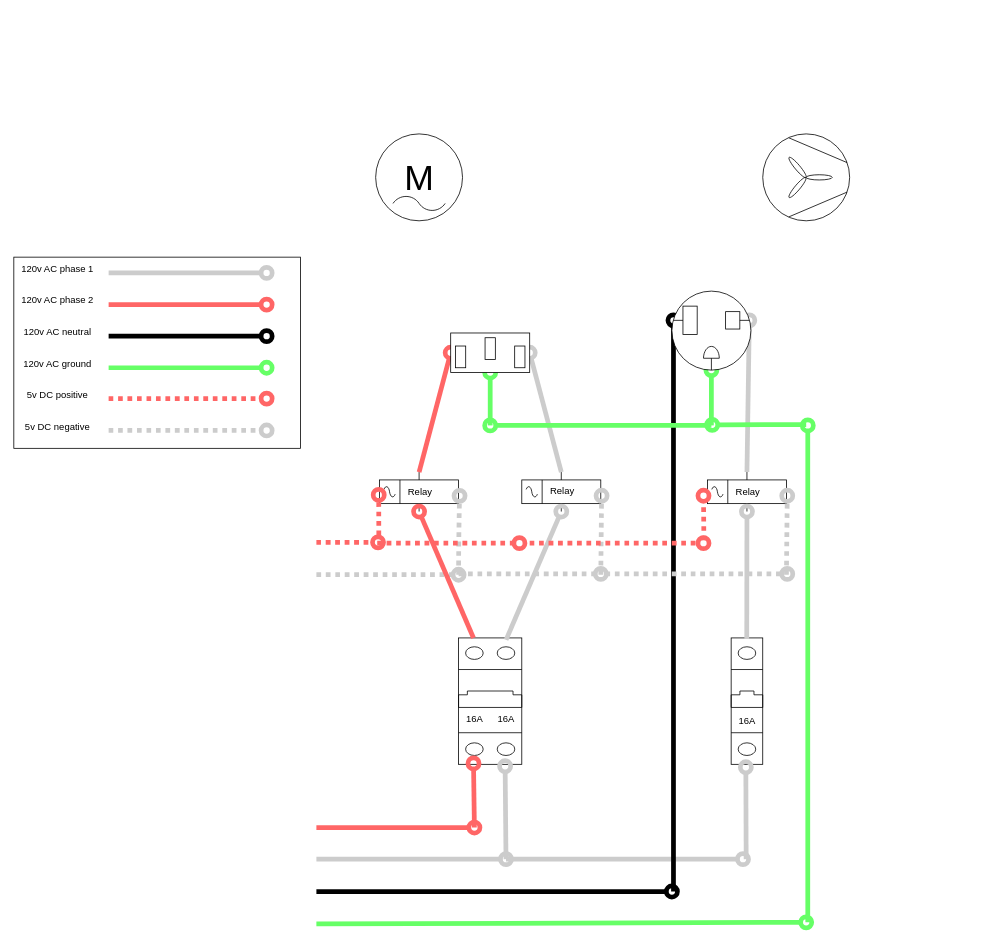
Above: white-board.drawio in sjfcodes/draw-io (draw.io), before the change. Source tidied: cells renumbered, new cells numbered last; positions are measured from the earlier drawing's top-left corner, leaving out a move shared by most shapes. Both pictures are drawn from the tidied source at 79%, with x=0, y=0 at pixel (13, 134).
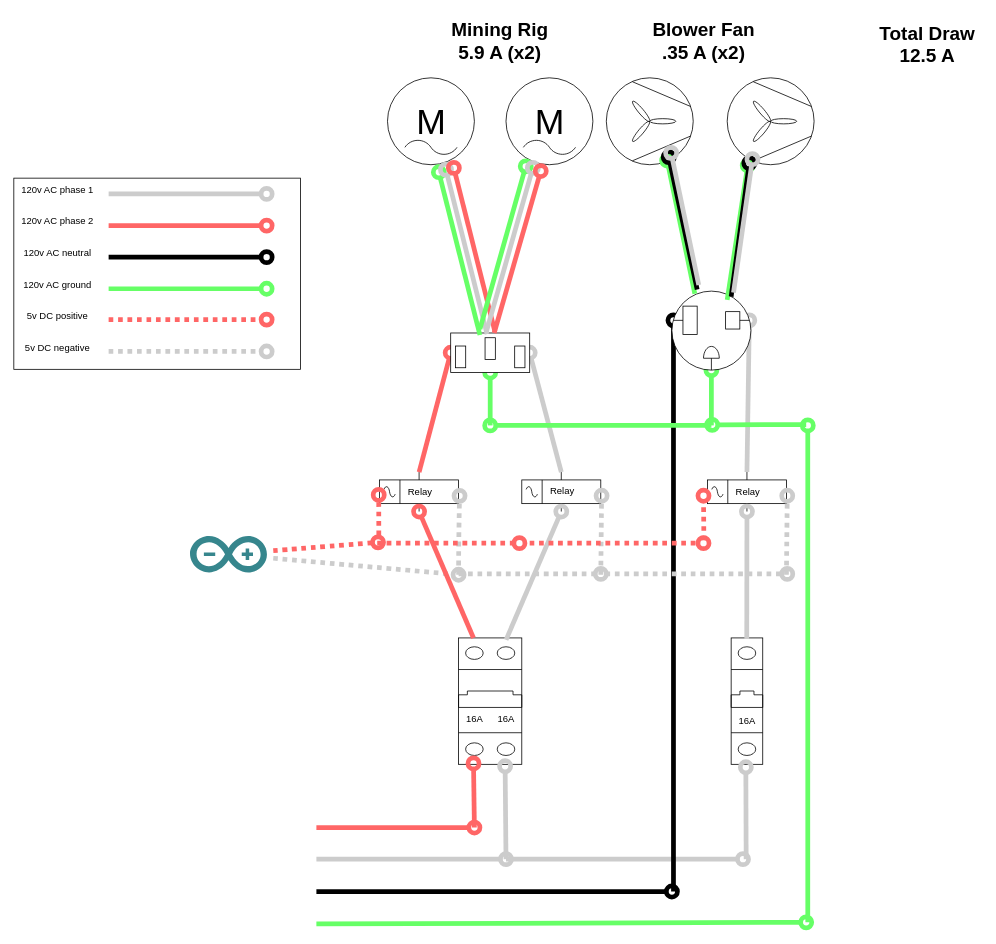
Above is the later version.

Change to the diagram source:
```diff
@@
     <mxCell id="2" style="rounded=0;whiteSpace=wrap;html=1;" parent="1" vertex="1">
-      <mxGeometry y="156" width="363" height="242" as="geometry" />
+      <mxGeometry y="56" width="363" height="242" as="geometry" />
     </mxCell>
     <mxCell id="3" style="edgeStyle=none;orthogonalLoop=1;jettySize=auto;html=1;rounded=0;endArrow=oval;startSize=14;endSize=14;sourcePerimeterSpacing=8;targetPerimeterSpacing=8;curved=1;strokeWidth=6;endFill=0;strokeColor=#000000;fillColor=#f5f5f5;" parent="1" edge="1">
       <mxGeometry relative="1" as="geometry">
-        <mxPoint x="120" y="256" as="sourcePoint" />
-        <mxPoint x="320" y="256" as="targetPoint" />
+        <mxPoint x="120" y="156" as="sourcePoint" />
+        <mxPoint x="320" y="156" as="targetPoint" />
       </mxGeometry>
     </mxCell>
     <mxCell id="4" style="edgeStyle=none;orthogonalLoop=1;jettySize=auto;html=1;rounded=0;endArrow=oval;startSize=14;endSize=14;sourcePerimeterSpacing=8;targetPerimeterSpacing=8;curved=1;strokeWidth=6;endFill=0;strokeColor=#FF6666;fillColor=#f5f5f5;" parent="1" edge="1">
       <mxGeometry relative="1" as="geometry">
-        <mxPoint x="120" y="216" as="sourcePoint" />
-        <mxPoint x="320" y="216" as="targetPoint" />
+        <mxPoint x="120" y="116" as="sourcePoint" />
+        <mxPoint x="320" y="116" as="targetPoint" />
       </mxGeometry>
     </mxCell>
     <mxCell id="5" style="edgeStyle=none;orthogonalLoop=1;jettySize=auto;html=1;rounded=0;endArrow=oval;startSize=14;endSize=14;sourcePerimeterSpacing=8;targetPerimeterSpacing=8;curved=1;strokeWidth=6;endFill=0;strokeColor=#66FF66;fillColor=#f5f5f5;" parent="1" edge="1">
       <mxGeometry relative="1" as="geometry">
-        <mxPoint x="120" y="296" as="sourcePoint" />
-        <mxPoint x="320" y="296" as="targetPoint" />
+        <mxPoint x="120" y="196" as="sourcePoint" />
+        <mxPoint x="320" y="196" as="targetPoint" />
       </mxGeometry>
     </mxCell>
@@
     <mxCell id="9" style="edgeStyle=none;orthogonalLoop=1;jettySize=auto;html=1;rounded=0;endArrow=oval;startSize=14;endSize=14;sourcePerimeterSpacing=8;targetPerimeterSpacing=8;curved=1;strokeWidth=6;endFill=0;fillColor=none;strokeColor=#CCCCCC;shadow=0;" parent="1" edge="1">
       <mxGeometry relative="1" as="geometry">
-        <mxPoint x="120" y="176" as="sourcePoint" />
-        <mxPoint x="320" y="176" as="targetPoint" />
+        <mxPoint x="120" y="76" as="sourcePoint" />
+        <mxPoint x="320" y="76" as="targetPoint" />
       </mxGeometry>
     </mxCell>
@@
     <mxCell id="16" style="verticalLabelPosition=bottom;align=center;dashed=0;html=1;verticalAlign=top;shape=mxgraph.pid2misc.fan;fanType=common;" parent="1" vertex="1">
-      <mxGeometry x="948" width="110" height="110" as="geometry" />
+      <mxGeometry x="750" y="-71" width="110" height="110" as="geometry" />
     </mxCell>
     <mxCell id="17" style="edgeStyle=none;orthogonalLoop=1;jettySize=auto;html=1;rounded=0;endArrow=oval;startSize=14;endSize=14;sourcePerimeterSpacing=8;targetPerimeterSpacing=8;curved=1;strokeWidth=6;endFill=0;strokeColor=#FF6666;fillColor=#f5f5f5;dashed=1;dashPattern=1 1;" parent="1" edge="1">
       <mxGeometry relative="1" as="geometry">
-        <mxPoint x="120" y="335" as="sourcePoint" />
-        <mxPoint x="320" y="335" as="targetPoint" />
+        <mxPoint x="120" y="235" as="sourcePoint" />
+        <mxPoint x="320" y="235" as="targetPoint" />
       </mxGeometry>
     </mxCell>
-    <mxCell id="18" style="edgeStyle=none;orthogonalLoop=1;jettySize=auto;html=1;rounded=0;endArrow=oval;startSize=14;endSize=14;sourcePerimeterSpacing=8;targetPerimeterSpacing=8;curved=1;strokeWidth=6;endFill=0;strokeColor=#CCCCCC;fillColor=#f5f5f5;dashed=1;dashPattern=1 1;" parent="1" edge="1">
+    <mxCell id="18" style="edgeStyle=none;jettySize=auto;html=1;rounded=0;endArrow=oval;startSize=14;endSize=14;sourcePerimeterSpacing=8;targetPerimeterSpacing=8;curved=1;strokeWidth=6;endFill=0;strokeColor=#CCCCCC;fillColor=#f5f5f5;dashed=1;dashPattern=1 1;" parent="1" edge="1" source="82">
       <mxGeometry relative="1" as="geometry">
-        <mxPoint x="383" y="558" as="sourcePoint" />
         <mxPoint x="563" y="558" as="targetPoint" />
       </mxGeometry>
     </mxCell>
     <mxCell id="19" value="120v AC phase 1" style="text;html=1;align=center;verticalAlign=middle;strokeColor=none;fillColor=none;" parent="1" vertex="1">
-      <mxGeometry y="156" width="110" height="30" as="geometry" />
+      <mxGeometry y="56" width="110" height="30" as="geometry" />
     </mxCell>
     <mxCell id="20" value="120v AC phase 2" style="text;html=1;align=center;verticalAlign=middle;strokeColor=none;fillColor=none;" parent="1" vertex="1">
-      <mxGeometry y="196" width="110" height="30" as="geometry" />
+      <mxGeometry y="96" width="110" height="30" as="geometry" />
     </mxCell>
     <mxCell id="21" value="120v AC neutral" style="text;html=1;align=center;verticalAlign=middle;strokeColor=none;fillColor=none;" parent="1" vertex="1">
-      <mxGeometry y="236" width="110" height="30" as="geometry" />
+      <mxGeometry y="136" width="110" height="30" as="geometry" />
     </mxCell>
     <mxCell id="22" value="120v AC ground" style="text;html=1;align=center;verticalAlign=middle;strokeColor=none;fillColor=none;" parent="1" vertex="1">
-      <mxGeometry y="276" width="110" height="30" as="geometry" />
+      <mxGeometry y="176" width="110" height="30" as="geometry" />
     </mxCell>
     <mxCell id="23" value="5v DC positive" style="text;html=1;align=center;verticalAlign=middle;strokeColor=none;fillColor=none;" parent="1" vertex="1">
-      <mxGeometry x="5" y="316" width="100" height="30" as="geometry" />
+      <mxGeometry x="5" y="216" width="100" height="30" as="geometry" />
     </mxCell>
     <mxCell id="24" value="5v DC negative" style="text;html=1;align=center;verticalAlign=middle;strokeColor=none;fillColor=none;" parent="1" vertex="1">
-      <mxGeometry y="356" width="110" height="30" as="geometry" />
+      <mxGeometry y="256" width="110" height="30" as="geometry" />
     </mxCell>
@@
-    <mxCell id="33" style="edgeStyle=none;orthogonalLoop=1;jettySize=auto;html=1;rounded=0;endArrow=oval;startSize=14;endSize=14;sourcePerimeterSpacing=8;targetPerimeterSpacing=8;curved=1;strokeWidth=6;endFill=0;strokeColor=#FF6666;fillColor=#f5f5f5;dashed=1;dashPattern=1 1;" parent="1" edge="1">
+    <mxCell id="33" style="edgeStyle=none;jettySize=auto;html=1;rounded=0;endArrow=oval;startSize=14;endSize=14;sourcePerimeterSpacing=8;targetPerimeterSpacing=8;curved=1;strokeWidth=6;endFill=0;strokeColor=#FF6666;fillColor=#f5f5f5;dashed=1;dashPattern=1 1;" parent="1" edge="1" source="82">
       <mxGeometry relative="1" as="geometry">
-        <mxPoint x="383" y="517" as="sourcePoint" />
         <mxPoint x="461" y="517" as="targetPoint" />
       </mxGeometry>
     </mxCell>
     <mxCell id="34" style="edgeStyle=none;orthogonalLoop=1;jettySize=auto;html=1;rounded=0;endArrow=oval;startSize=14;endSize=14;sourcePerimeterSpacing=8;targetPerimeterSpacing=8;curved=1;strokeWidth=6;endFill=0;strokeColor=#CCCCCC;fillColor=#f5f5f5;dashed=1;dashPattern=1 1;" parent="1" edge="1">
       <mxGeometry relative="1" as="geometry">
-        <mxPoint x="120" y="375.4" as="sourcePoint" />
-        <mxPoint x="320" y="375.4" as="targetPoint" />
+        <mxPoint x="120" y="275.4" as="sourcePoint" />
+        <mxPoint x="320" y="275.4" as="targetPoint" />
       </mxGeometry>
     </mxCell>
@@
     <mxCell id="60" value="M" style="dashed=0;align=center;html=1;shape=mxgraph.pid.engines.electric_motor_(ac);fontSize=45;" parent="1" vertex="1">
-      <mxGeometry x="458" width="110" height="110" as="geometry" />
+      <mxGeometry x="473" y="-71" width="110" height="110" as="geometry" />
     </mxCell>
+    <mxCell id="61" value="M" style="dashed=0;align=center;html=1;shape=mxgraph.pid.engines.electric_motor_(ac);fontSize=45;" parent="1" vertex="1">
+      <mxGeometry x="623" y="-71" width="110" height="110" as="geometry" />
+    </mxCell>
+    <mxCell id="62" style="verticalLabelPosition=bottom;align=center;dashed=0;html=1;verticalAlign=top;shape=mxgraph.pid2misc.fan;fanType=common;" parent="1" vertex="1">
+      <mxGeometry x="903" y="-71" width="110" height="110" as="geometry" />
+    </mxCell>
+    <mxCell id="63" style="group;rotation=-120;" parent="1" vertex="1">
+      <mxGeometry x="863" y="129" width="49" height="25.8" as="geometry" />
+    </mxCell>
+    <mxCell id="64" style="edgeStyle=none;orthogonalLoop=1;jettySize=auto;html=1;rounded=0;endArrow=oval;startSize=14;endSize=14;sourcePerimeterSpacing=8;targetPerimeterSpacing=8;curved=1;strokeWidth=6;endFill=0;strokeColor=#66FF66;fillColor=#f5f5f5;" parent="63" edge="1">
+      <mxGeometry relative="1" as="geometry">
+        <mxPoint x="-1" y="73.3" as="sourcePoint" />
+        <mxPoint x="-36" y="-95.3" as="targetPoint" />
+      </mxGeometry>
+    </mxCell>
+    <mxCell id="65" style="edgeStyle=none;orthogonalLoop=1;jettySize=auto;html=1;rounded=0;endArrow=oval;startSize=14;endSize=14;sourcePerimeterSpacing=8;targetPerimeterSpacing=8;curved=1;strokeWidth=6;endFill=0;strokeColor=#000000;fillColor=#f5f5f5;" parent="63" edge="1">
+      <mxGeometry relative="1" as="geometry">
+        <mxPoint x="2" y="67.8" as="sourcePoint" />
+        <mxPoint x="-34" y="-99.5" as="targetPoint" />
+      </mxGeometry>
+    </mxCell>
+    <mxCell id="66" style="edgeStyle=none;orthogonalLoop=1;jettySize=auto;html=1;rounded=0;endArrow=oval;startSize=14;endSize=14;sourcePerimeterSpacing=8;targetPerimeterSpacing=8;curved=1;strokeWidth=6;endFill=0;fillColor=none;strokeColor=#CCCCCC;shadow=0;" parent="63" edge="1">
+      <mxGeometry relative="1" as="geometry">
+        <mxPoint x="4" y="62.2" as="sourcePoint" />
+        <mxPoint x="-31" y="-105" as="targetPoint" />
+      </mxGeometry>
+    </mxCell>
+    <mxCell id="67" style="group;rotation=-100;" parent="1" vertex="1">
+      <mxGeometry x="923" y="149" width="49" height="25.8" as="geometry" />
+    </mxCell>
+    <mxCell id="68" style="edgeStyle=none;orthogonalLoop=1;jettySize=auto;html=1;rounded=0;endArrow=oval;startSize=14;endSize=14;sourcePerimeterSpacing=8;targetPerimeterSpacing=8;curved=1;strokeWidth=6;endFill=0;strokeColor=#66FF66;fillColor=#f5f5f5;" parent="67" edge="1">
+      <mxGeometry relative="1" as="geometry">
+        <mxPoint x="-20" y="61" as="sourcePoint" />
+        <mxPoint x="6" y="-109" as="targetPoint" />
+      </mxGeometry>
+    </mxCell>
+    <mxCell id="69" style="edgeStyle=none;orthogonalLoop=1;jettySize=auto;html=1;rounded=0;endArrow=oval;startSize=14;endSize=14;sourcePerimeterSpacing=8;targetPerimeterSpacing=8;curved=1;strokeWidth=6;endFill=0;strokeColor=#000000;fillColor=#f5f5f5;" parent="67" edge="1">
+      <mxGeometry relative="1" as="geometry">
+        <mxPoint x="-15" y="57" as="sourcePoint" />
+        <mxPoint x="8" y="-112" as="targetPoint" />
+      </mxGeometry>
+    </mxCell>
+    <mxCell id="70" style="edgeStyle=none;orthogonalLoop=1;jettySize=auto;html=1;rounded=0;endArrow=oval;startSize=14;endSize=14;sourcePerimeterSpacing=8;targetPerimeterSpacing=8;curved=1;strokeWidth=6;endFill=0;fillColor=none;strokeColor=#CCCCCC;shadow=0;" parent="67" edge="1">
+      <mxGeometry relative="1" as="geometry">
+        <mxPoint x="-12" y="52" as="sourcePoint" />
+        <mxPoint x="12" y="-117" as="targetPoint" />
+      </mxGeometry>
+    </mxCell>
+    <mxCell id="71" style="group;rotation=-105;" parent="1" vertex="1">
+      <mxGeometry x="473" y="136" width="200" height="20.4" as="geometry" />
+    </mxCell>
+    <mxCell id="72" style="edgeStyle=none;orthogonalLoop=1;jettySize=auto;html=1;rounded=0;endArrow=oval;startSize=14;endSize=14;sourcePerimeterSpacing=8;targetPerimeterSpacing=8;curved=1;strokeWidth=6;endFill=0;strokeColor=#66FF66;fillColor=#f5f5f5;" parent="71" edge="1">
+      <mxGeometry relative="1" as="geometry">
+        <mxPoint x="117" y="118.5" as="sourcePoint" />
+        <mxPoint x="65" y="-87.5" as="targetPoint" />
+      </mxGeometry>
+    </mxCell>
+    <mxCell id="73" style="edgeStyle=none;orthogonalLoop=1;jettySize=auto;html=1;rounded=0;endArrow=oval;startSize=14;endSize=14;sourcePerimeterSpacing=8;targetPerimeterSpacing=8;curved=1;strokeWidth=6;endFill=0;fillColor=none;strokeColor=#CCCCCC;shadow=0;" parent="71" edge="1">
+      <mxGeometry relative="1" as="geometry">
+        <mxPoint x="126" y="117.4" as="sourcePoint" />
+        <mxPoint x="74" y="-90.7" as="targetPoint" />
+      </mxGeometry>
+    </mxCell>
+    <mxCell id="74" style="edgeStyle=none;orthogonalLoop=1;jettySize=auto;html=1;rounded=0;endArrow=oval;startSize=14;endSize=14;sourcePerimeterSpacing=8;targetPerimeterSpacing=8;curved=1;strokeWidth=6;endFill=0;strokeColor=#FF6666;fillColor=#f5f5f5;" parent="71" edge="1">
+      <mxGeometry relative="1" as="geometry">
+        <mxPoint x="136" y="114.2" as="sourcePoint" />
+        <mxPoint x="84" y="-92.9" as="targetPoint" />
+      </mxGeometry>
+    </mxCell>
+    <mxCell id="75" style="group;rotation=-75;" parent="1" vertex="1">
+      <mxGeometry x="529" y="134" width="200" height="20.4" as="geometry" />
+    </mxCell>
+    <mxCell id="76" style="edgeStyle=none;orthogonalLoop=1;jettySize=auto;html=1;rounded=0;endArrow=oval;startSize=14;endSize=14;sourcePerimeterSpacing=8;targetPerimeterSpacing=8;curved=1;strokeWidth=6;endFill=0;strokeColor=#66FF66;fillColor=#f5f5f5;" parent="75" edge="1">
+      <mxGeometry relative="1" as="geometry">
+        <mxPoint x="61" y="113" as="sourcePoint" />
+        <mxPoint x="119" y="-93" as="targetPoint" />
+      </mxGeometry>
+    </mxCell>
+    <mxCell id="77" style="edgeStyle=none;orthogonalLoop=1;jettySize=auto;html=1;rounded=0;endArrow=oval;startSize=14;endSize=14;sourcePerimeterSpacing=8;targetPerimeterSpacing=8;curved=1;strokeWidth=6;endFill=0;fillColor=none;strokeColor=#CCCCCC;shadow=0;" parent="75" edge="1">
+      <mxGeometry relative="1" as="geometry">
+        <mxPoint x="69" y="117" as="sourcePoint" />
+        <mxPoint x="128" y="-91" as="targetPoint" />
+      </mxGeometry>
+    </mxCell>
+    <mxCell id="78" style="edgeStyle=none;orthogonalLoop=1;jettySize=auto;html=1;rounded=0;endArrow=oval;startSize=14;endSize=14;sourcePerimeterSpacing=8;targetPerimeterSpacing=8;curved=1;strokeWidth=6;endFill=0;strokeColor=#FF6666;fillColor=#f5f5f5;" parent="75" edge="1">
+      <mxGeometry relative="1" as="geometry">
+        <mxPoint x="79" y="118" as="sourcePoint" />
+        <mxPoint x="138" y="-87" as="targetPoint" />
+      </mxGeometry>
+    </mxCell>
+    <mxCell id="79" value="&lt;b&gt;Total Draw&lt;br&gt;12.5 A&lt;/b&gt;" style="text;html=1;align=center;verticalAlign=middle;strokeColor=none;fillColor=none;fontSize=24;" parent="1" vertex="1">
+      <mxGeometry x="1086" y="-148" width="140" height="70" as="geometry" />
+    </mxCell>
+    <mxCell id="80" value="&lt;b&gt;Mining Rig&lt;br&gt;5.9 A (x2)&lt;br&gt;&lt;/b&gt;" style="text;html=1;align=center;verticalAlign=middle;strokeColor=none;fillColor=none;fontSize=24;" parent="1" vertex="1">
+      <mxGeometry x="540" y="-152" width="150" height="70" as="geometry" />
+    </mxCell>
+    <mxCell id="81" value="&lt;b&gt;Blower Fan&lt;br&gt;.35 A (x2)&lt;br&gt;&lt;/b&gt;" style="text;html=1;align=center;verticalAlign=middle;strokeColor=none;fillColor=none;fontSize=24;" parent="1" vertex="1">
+      <mxGeometry x="798" y="-152" width="150" height="70" as="geometry" />
+    </mxCell>
+    <mxCell id="82" style="dashed=0;outlineConnect=0;html=1;align=center;labelPosition=center;verticalLabelPosition=bottom;verticalAlign=top;shape=mxgraph.weblogos.arduino;fillColor=#36868D;strokeColor=none;" parent="1" vertex="1">
+      <mxGeometry x="223" y="509" width="97.4" height="46.2" as="geometry" />
+    </mxCell>
```
